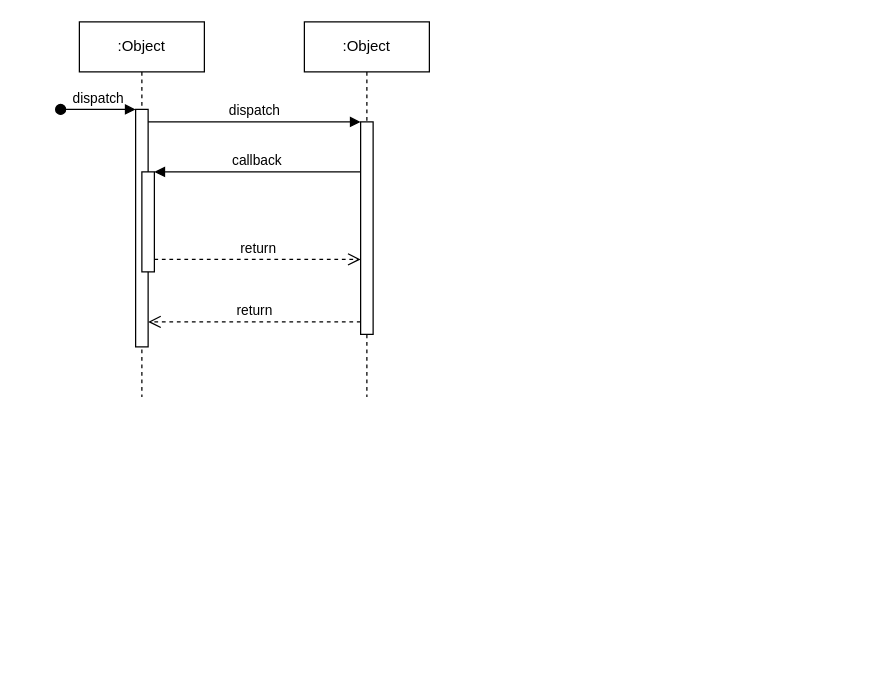
The draw.io diagram DDD_CW_SD_AddProgRept.drawio in mpanks/Flowcharts, before the edit. Source tidied: cells renumbered, new cells numbered last; positions are measured from the earlier drawing's top-left corner, leaving out a move shared by most shapes. Both pictures are drawn from the tidied source at 125%, with x=0, y=0 at pixel (60, 21).
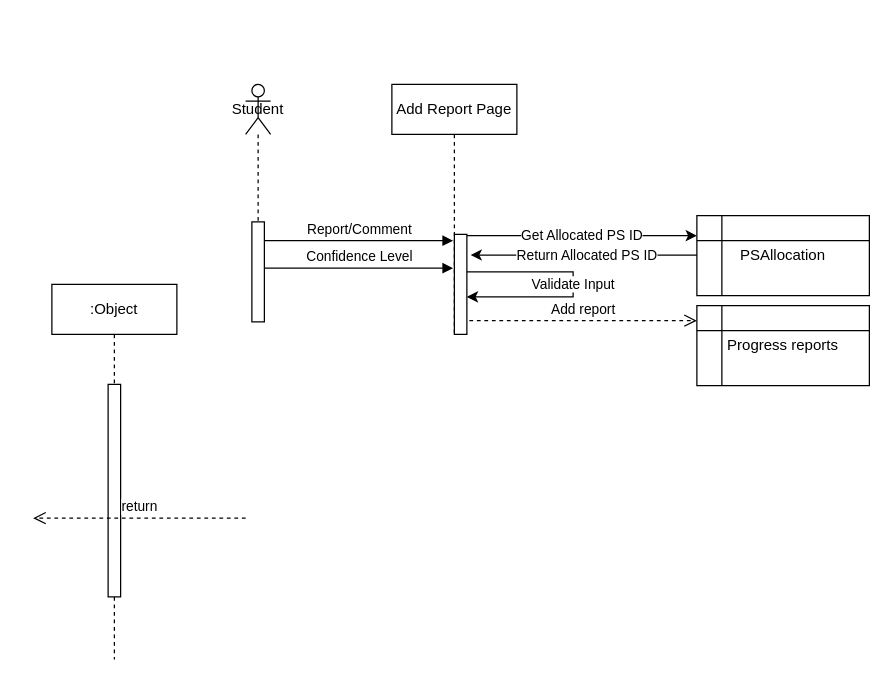
The same diagram, later.

The change refers to these unchanged cells:
```xml
<mxCell id="5" style="html=1;points=[];perimeter=orthogonalPerimeter;outlineConnect=0;targetShapes=umlLifeline;portConstraint=eastwest;newEdgeStyle={&quot;edgeStyle&quot;:&quot;elbowEdgeStyle&quot;,&quot;elbow&quot;:&quot;vertical&quot;,&quot;curved&quot;:0,&quot;rounded&quot;:0};" parent="2" vertex="1">
  <mxGeometry x="50" y="120" width="10" height="80" as="geometry" />
</mxCell>
<mxCell id="7" style="html=1;points=[];perimeter=orthogonalPerimeter;outlineConnect=0;targetShapes=umlLifeline;portConstraint=eastwest;newEdgeStyle={&quot;edgeStyle&quot;:&quot;elbowEdgeStyle&quot;,&quot;elbow&quot;:&quot;vertical&quot;,&quot;curved&quot;:0,&quot;rounded&quot;:0};" parent="6" vertex="1">
  <mxGeometry x="45" y="80" width="10" height="170" as="geometry" />
</mxCell>
```

What changed in the source:
```diff
@@
+    <mxCell id="12" value="Student" style="shape=umlLifeline;perimeter=lifelinePerimeter;whiteSpace=wrap;html=1;newEdgeStyle={&quot;curved&quot;:0,&quot;rounded&quot;:0};participant=umlActor;" parent="1" vertex="1">
+      <mxGeometry x="148" y="50" width="20" height="188" as="geometry" />
+    </mxCell>
-    <mxCell id="2" value=":Object" style="shape=umlLifeline;perimeter=lifelinePerimeter;whiteSpace=wrap;html=1;newEdgeStyle={&quot;edgeStyle&quot;:&quot;elbowEdgeStyle&quot;,&quot;elbow&quot;:&quot;vertical&quot;,&quot;curved&quot;:0,&quot;rounded&quot;:0};" parent="1" vertex="1">
-      <mxGeometry x="15" width="100" height="300" as="geometry" />
+    <mxCell id="2" value="Add Report Page" style="shape=umlLifeline;perimeter=lifelinePerimeter;whiteSpace=wrap;html=1;newEdgeStyle={&quot;edgeStyle&quot;:&quot;elbowEdgeStyle&quot;,&quot;elbow&quot;:&quot;vertical&quot;,&quot;curved&quot;:0,&quot;rounded&quot;:0};" parent="1" vertex="1">
+      <mxGeometry x="265" y="50" width="100" height="200" as="geometry" />
     </mxCell>
-    <mxCell id="3" style="html=1;points=[];perimeter=orthogonalPerimeter;outlineConnect=0;targetShapes=umlLifeline;portConstraint=eastwest;newEdgeStyle={&quot;edgeStyle&quot;:&quot;elbowEdgeStyle&quot;,&quot;elbow&quot;:&quot;vertical&quot;,&quot;curved&quot;:0,&quot;rounded&quot;:0};" parent="2" vertex="1">
-      <mxGeometry x="45" y="70" width="10" height="190" as="geometry" />
-    </mxCell>
-    <mxCell id="4" value="dispatch" style="html=1;verticalAlign=bottom;startArrow=oval;endArrow=block;startSize=8;edgeStyle=elbowEdgeStyle;elbow=vertical;curved=0;rounded=0;" parent="2" edge="1" target="3">
-      <mxGeometry relative="1" as="geometry">
-        <mxPoint x="-15" y="70" as="sourcePoint" />
-      </mxGeometry>
-    </mxCell>
@@
+    <mxCell id="13" value="Validate Input" style="edgeStyle=elbowEdgeStyle;rounded=0;orthogonalLoop=1;jettySize=auto;html=1;elbow=vertical;curved=0;" parent="2" edge="1" source="5" target="5">
+      <mxGeometry relative="1" as="geometry">
+        <Array as="points">
+          <mxPoint x="145" y="164" />
+        </Array>
+      </mxGeometry>
+    </mxCell>
     <mxCell id="6" value=":Object" style="shape=umlLifeline;perimeter=lifelinePerimeter;whiteSpace=wrap;html=1;newEdgeStyle={&quot;edgeStyle&quot;:&quot;elbowEdgeStyle&quot;,&quot;elbow&quot;:&quot;vertical&quot;,&quot;curved&quot;:0,&quot;rounded&quot;:0};" parent="1" vertex="1">
-      <mxGeometry x="195" width="100" height="300" as="geometry" />
+      <mxGeometry x="-7" y="210" width="100" height="300" as="geometry" />
     </mxCell>
@@
-    <mxCell id="8" value="dispatch" style="html=1;verticalAlign=bottom;endArrow=block;edgeStyle=elbowEdgeStyle;elbow=vertical;curved=0;rounded=0;" parent="1" edge="1" source="3" target="7">
-      <mxGeometry relative="1" as="geometry">
-        <Array as="points">
-          <mxPoint x="155" y="80" />
-        </Array>
-      </mxGeometry>
-    </mxCell>
-    <mxCell id="9" value="return" style="html=1;verticalAlign=bottom;endArrow=open;dashed=1;endSize=8;edgeStyle=elbowEdgeStyle;elbow=vertical;curved=0;rounded=0;" parent="1" edge="1" source="7" target="3">
+    <mxCell id="9" value="return" style="html=1;verticalAlign=bottom;endArrow=open;dashed=1;endSize=8;edgeStyle=elbowEdgeStyle;elbow=vertical;curved=0;rounded=0;" parent="1" edge="1">
       <mxGeometry relative="1" as="geometry">
+        <mxPoint x="148" y="397" as="sourcePoint" />
+        <mxPoint x="-22" y="397" as="targetPoint" />
         <Array as="points">
-          <mxPoint x="165" y="240" />
+          <mxPoint x="73" y="397" />
         </Array>
       </mxGeometry>
     </mxCell>
-    <mxCell id="10" value="callback" style="html=1;verticalAlign=bottom;endArrow=block;edgeStyle=elbowEdgeStyle;elbow=vertical;curved=0;rounded=0;" parent="1" edge="1" source="7" target="5">
-      <mxGeometry relative="1" as="geometry">
-        <Array as="points">
-          <mxPoint x="165" y="120" />
-        </Array>
-      </mxGeometry>
-    </mxCell>
-    <mxCell id="11" value="return" style="html=1;verticalAlign=bottom;endArrow=open;dashed=1;endSize=8;edgeStyle=elbowEdgeStyle;elbow=vertical;curved=0;rounded=0;" parent="1" edge="1" source="5" target="7">
+    <mxCell id="11" value="Add report" style="html=1;verticalAlign=bottom;endArrow=open;dashed=1;endSize=8;edgeStyle=elbowEdgeStyle;elbow=vertical;curved=0;rounded=0;" parent="1" edge="1" target="19">
       <mxGeometry relative="1" as="geometry">
+        <mxPoint x="327" y="239" as="sourcePoint" />
         <Array as="points">
-          <mxPoint x="155" y="190" />
+          <mxPoint x="407" y="239" />
         </Array>
       </mxGeometry>
     </mxCell>
+    <mxCell id="14" style="html=1;perimeter=orthogonalPerimeter;targetShapes=umlLifeline;newEdgeStyle={&quot;edgeStyle&quot;:&quot;elbowEdgeStyle&quot;,&quot;elbow&quot;:&quot;vertical&quot;,&quot;curved&quot;:0,&quot;rounded&quot;:0};" parent="1" vertex="1">
+      <mxGeometry x="153" y="160" width="10" height="80" as="geometry" />
+    </mxCell>
+    <mxCell id="15" value="Report/Comment" style="html=1;verticalAlign=bottom;endArrow=block;edgeStyle=elbowEdgeStyle;elbow=vertical;curved=0;rounded=0;" parent="1" edge="1">
+      <mxGeometry relative="1" as="geometry">
+        <mxPoint x="163" y="175" as="sourcePoint" />
+        <mxPoint x="314" y="175" as="targetPoint" />
+        <Array as="points">
+          <mxPoint x="248" y="175" />
+        </Array>
+      </mxGeometry>
+    </mxCell>
+    <mxCell id="16" value="Confidence Level" style="html=1;verticalAlign=bottom;endArrow=block;edgeStyle=elbowEdgeStyle;elbow=vertical;curved=0;rounded=0;" parent="1" edge="1">
+      <mxGeometry relative="1" as="geometry">
+        <mxPoint x="163" y="197" as="sourcePoint" />
+        <mxPoint x="314" y="197" as="targetPoint" />
+        <Array as="points">
+          <mxPoint x="248" y="197" />
+        </Array>
+      </mxGeometry>
+    </mxCell>
+    <mxCell id="17" value="Return Allocated PS ID" style="edgeStyle=orthogonalEdgeStyle;rounded=0;orthogonalLoop=1;jettySize=auto;html=1;exitX=0;exitY=0.75;exitDx=0;exitDy=0;" parent="1" edge="1">
+      <mxGeometry relative="1" as="geometry">
+        <mxPoint x="510" y="187.5" as="sourcePoint" />
+        <mxPoint x="328" y="186.5" as="targetPoint" />
+        <Array as="points">
+          <mxPoint x="512" y="187.5" />
+          <mxPoint x="512" y="186.5" />
+        </Array>
+      </mxGeometry>
+    </mxCell>
+    <mxCell id="18" value="PSAllocation" style="shape=internalStorage;whiteSpace=wrap;html=1;backgroundOutline=1;" parent="1" vertex="1">
+      <mxGeometry x="509" y="155" width="138" height="64" as="geometry" />
+    </mxCell>
+    <mxCell id="19" value="Progress reports" style="shape=internalStorage;whiteSpace=wrap;html=1;backgroundOutline=1;" parent="1" vertex="1">
+      <mxGeometry x="509" y="227" width="138" height="64" as="geometry" />
+    </mxCell>
+    <mxCell id="20" value="Get Allocated PS ID" style="edgeStyle=elbowEdgeStyle;rounded=0;jettySize=auto;html=1;elbow=vertical;curved=0;entryX=0;entryY=0.25;entryDx=0;entryDy=0;" parent="1" edge="1" source="5" target="18">
+      <mxGeometry relative="1" as="geometry" />
+    </mxCell>
```
